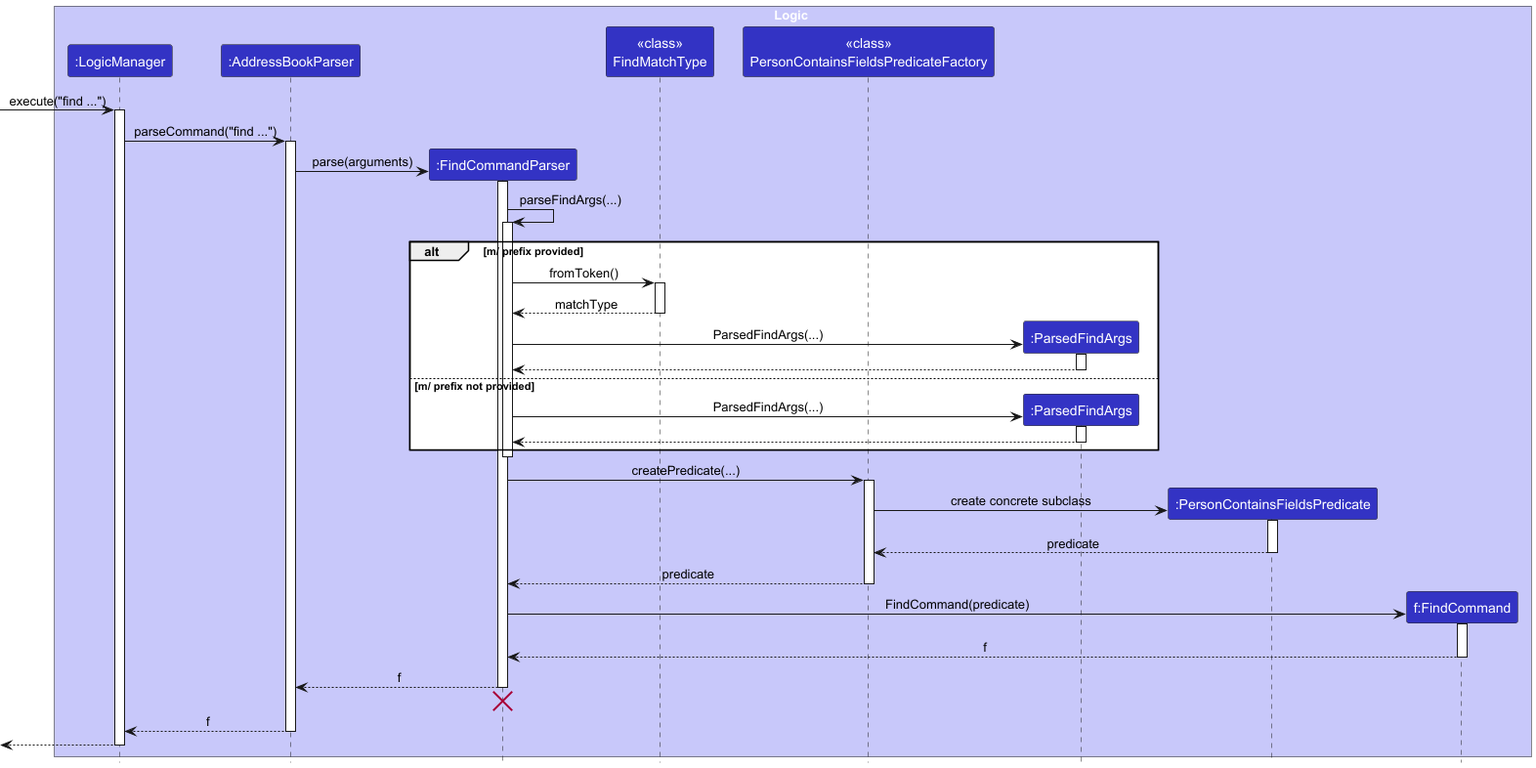
Earlier version of the PlantUML export docs/images/FindCommandParsingSequenceDiagram.png (press-stuart/tp). Source of this version:
```plantuml
@startuml
!include style.puml
skinparam ArrowFontStyle plain

box Logic LOGIC_COLOR_T1
participant ":LogicManager" as LogicManager LOGIC_COLOR
participant ":AddressBookParser" as AddressBookParser LOGIC_COLOR
participant ":FindCommandParser" as FindCommandParser LOGIC_COLOR
participant "<<class>>\nFindMatchType" as FindMatchTypeClass LOGIC_COLOR
participant "<<class>>\nPersonContainsFieldsPredicateFactory" as PersonContainsFieldsPredicateFactory LOGIC_COLOR
participant ":ParsedFindArgs" as ParsedFindArgs LOGIC_COLOR
participant ":PersonContainsFieldsPredicate" as PersonContainsFieldsPredicate LOGIC_COLOR
participant "f:FindCommand" as FindCommand LOGIC_COLOR
end box

[-> LogicManager : execute("find ...")
activate LogicManager

LogicManager -> AddressBookParser : parseCommand("find ...")
activate AddressBookParser

create FindCommandParser
AddressBookParser -> FindCommandParser : parse(arguments)
activate FindCommandParser

FindCommandParser -> FindCommandParser : parseFindArgs(...)
activate FindCommandParser
alt m/ prefix provided
    FindCommandParser -> FindMatchTypeClass : fromToken()
    activate FindMatchTypeClass
    FindMatchTypeClass --> FindCommandParser : matchType
    deactivate FindMatchTypeClass
    create ParsedFindArgs
    FindCommandParser -> ParsedFindArgs : ParsedFindArgs(...)
    activate ParsedFindArgs
    ParsedFindArgs --> FindCommandParser :
    deactivate ParsedFindArgs
else m/ prefix not provided
    create ParsedFindArgs
    FindCommandParser -> ParsedFindArgs : ParsedFindArgs(...)
    activate ParsedFindArgs
    ParsedFindArgs --> FindCommandParser :
    deactivate ParsedFindArgs
end
deactivate FindCommandParser

FindCommandParser -> PersonContainsFieldsPredicateFactory : createPredicate(...)
activate PersonContainsFieldsPredicateFactory
create PersonContainsFieldsPredicate
PersonContainsFieldsPredicateFactory -> PersonContainsFieldsPredicate : create concrete subclass
activate PersonContainsFieldsPredicate
PersonContainsFieldsPredicate --> PersonContainsFieldsPredicateFactory : predicate
deactivate PersonContainsFieldsPredicate
PersonContainsFieldsPredicateFactory --> FindCommandParser : predicate
deactivate PersonContainsFieldsPredicateFactory

create FindCommand
FindCommandParser -> FindCommand : FindCommand(predicate)
activate FindCommand
FindCommand --> FindCommandParser : f
deactivate FindCommand

FindCommandParser --> AddressBookParser : f
deactivate FindCommandParser
FindCommandParser -[hidden]-> AddressBookParser
destroy FindCommandParser

AddressBookParser --> LogicManager : f
deactivate AddressBookParser

[<--LogicManager
deactivate LogicManager
@enduml
```
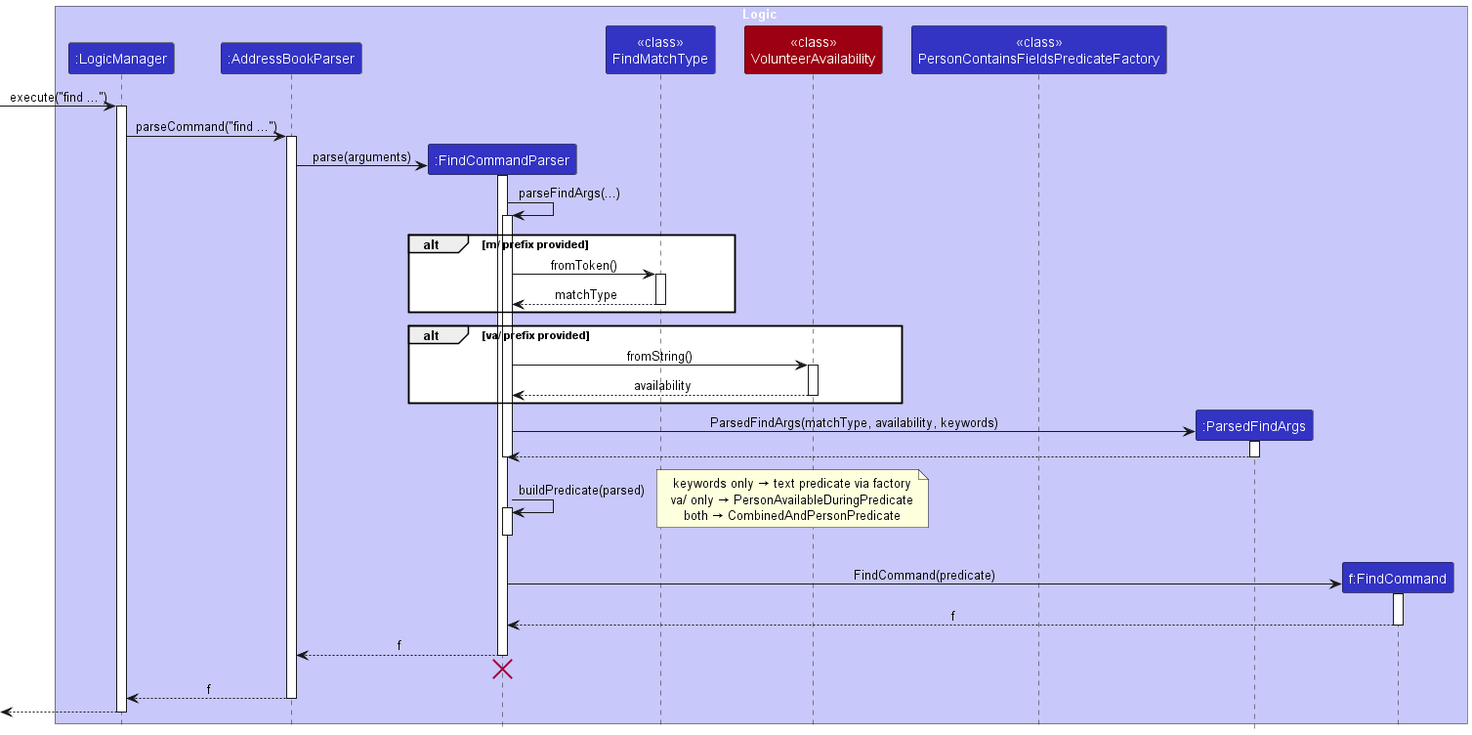
After the change.

Change to the diagram source:
```diff
@@ -7,9 +7,9 @@
 participant ":AddressBookParser" as AddressBookParser LOGIC_COLOR
 participant ":FindCommandParser" as FindCommandParser LOGIC_COLOR
 participant "<<class>>\nFindMatchType" as FindMatchTypeClass LOGIC_COLOR
+participant "<<class>>\nVolunteerAvailability" as VolunteerAvailability MODEL_COLOR
 participant "<<class>>\nPersonContainsFieldsPredicateFactory" as PersonContainsFieldsPredicateFactory LOGIC_COLOR
 participant ":ParsedFindArgs" as ParsedFindArgs LOGIC_COLOR
-participant ":PersonContainsFieldsPredicate" as PersonContainsFieldsPredicate LOGIC_COLOR
 participant "f:FindCommand" as FindCommand LOGIC_COLOR
 end box
 
@@ -30,29 +30,28 @@
     activate FindMatchTypeClass
     FindMatchTypeClass --> FindCommandParser : matchType
     deactivate FindMatchTypeClass
-    create ParsedFindArgs
-    FindCommandParser -> ParsedFindArgs : ParsedFindArgs(...)
-    activate ParsedFindArgs
-    ParsedFindArgs --> FindCommandParser :
-    deactivate ParsedFindArgs
-else m/ prefix not provided
-    create ParsedFindArgs
-    FindCommandParser -> ParsedFindArgs : ParsedFindArgs(...)
-    activate ParsedFindArgs
-    ParsedFindArgs --> FindCommandParser :
-    deactivate ParsedFindArgs
 end
+alt va/ prefix provided
+    FindCommandParser -> VolunteerAvailability : fromString()
+    activate VolunteerAvailability
+    VolunteerAvailability --> FindCommandParser : availability
+    deactivate VolunteerAvailability
+end
+create ParsedFindArgs
+FindCommandParser -> ParsedFindArgs : ParsedFindArgs(matchType, availability, keywords)
+activate ParsedFindArgs
+ParsedFindArgs --> FindCommandParser :
+deactivate ParsedFindArgs
 deactivate FindCommandParser
 
-FindCommandParser -> PersonContainsFieldsPredicateFactory : createPredicate(...)
-activate PersonContainsFieldsPredicateFactory
-create PersonContainsFieldsPredicate
-PersonContainsFieldsPredicateFactory -> PersonContainsFieldsPredicate : create concrete subclass
-activate PersonContainsFieldsPredicate
-PersonContainsFieldsPredicate --> PersonContainsFieldsPredicateFactory : predicate
-deactivate PersonContainsFieldsPredicate
-PersonContainsFieldsPredicateFactory --> FindCommandParser : predicate
-deactivate PersonContainsFieldsPredicateFactory
+FindCommandParser -> FindCommandParser : buildPredicate(parsed)
+activate FindCommandParser
+note right
+  keywords only → text predicate via factory
+  va/ only → PersonAvailableDuringPredicate
+  both → CombinedAndPersonPredicate
+end note
+deactivate FindCommandParser
 
 create FindCommand
 FindCommandParser -> FindCommand : FindCommand(predicate)
```
